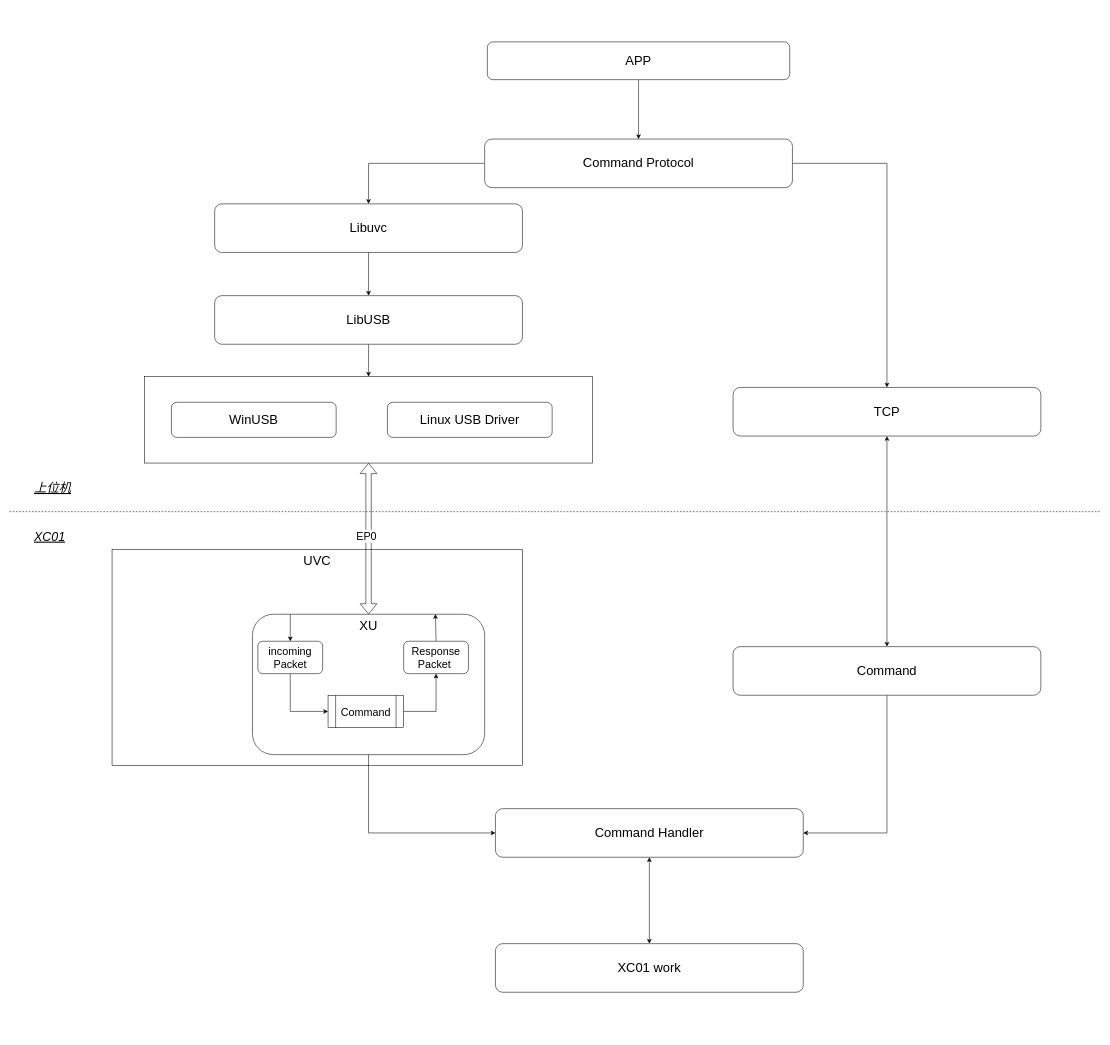
Earlier version of the draw.io diagram page "UVC" (2 of 3) of xc01 usb.drawio (joliet0l/Diagram). Source tidied: cells renumbered, new cells numbered last; positions are measured from the earlier drawing's top-left corner, leaving out a move shared by most shapes. Both pictures are drawn from the tidied source at 54%, with x=0, y=0 at pixel (9, 42).
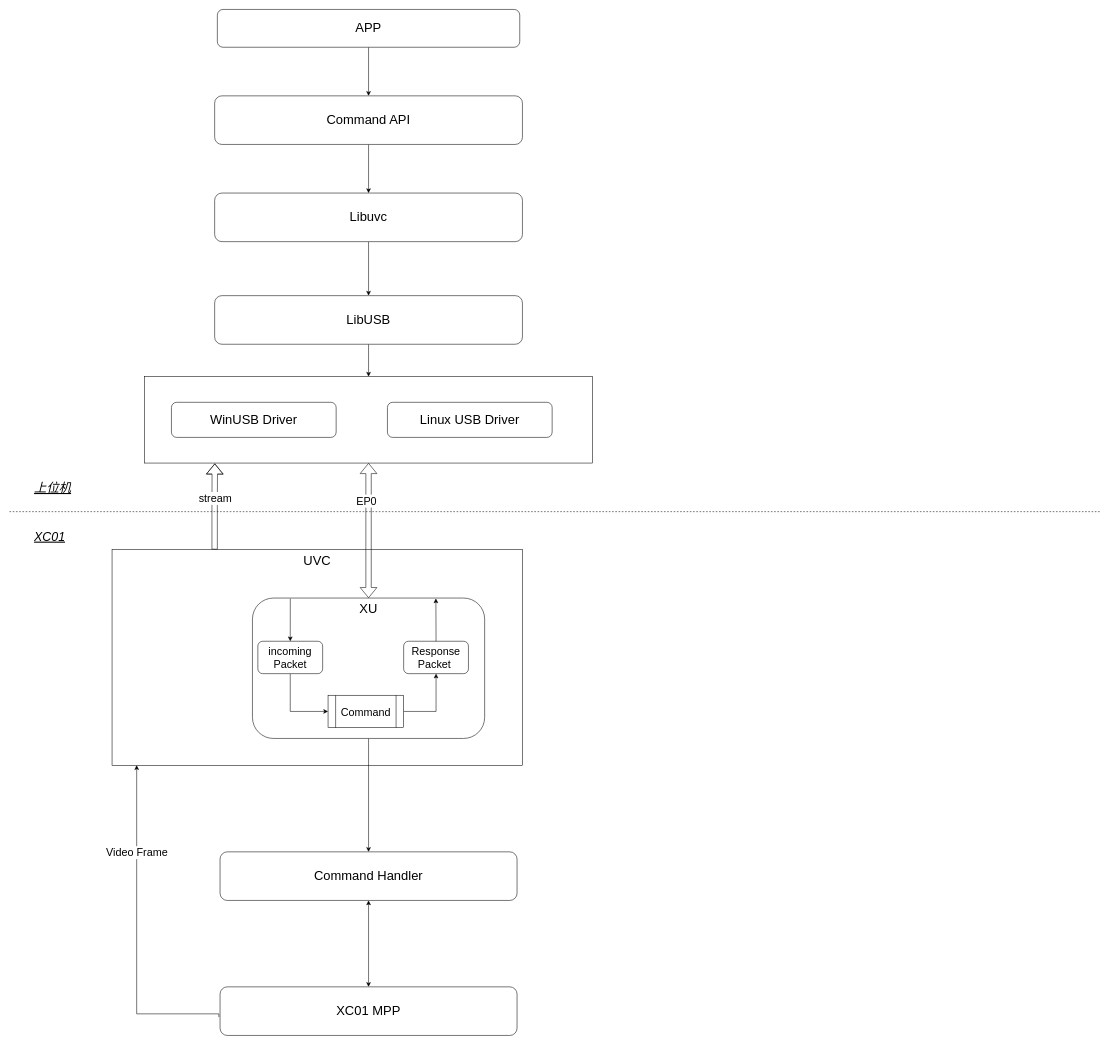
Above is the later version.

The change refers to these unchanged cells:
```xml
<mxCell id="2" value="UVC" style="rounded=0;whiteSpace=wrap;html=1;verticalAlign=top;fontSize=24;" parent="1" vertex="1">
  <mxGeometry x="190" y="940" width="760" height="400" as="geometry" />
</mxCell>
<mxCell id="3" style="edgeStyle=orthogonalEdgeStyle;rounded=0;jettySize=auto;html=1;entryX=0.5;entryY=0;entryDx=0;entryDy=0;shape=flexArrow;startArrow=classic;startFill=1;" parent="1" edge="1" source="5" target="7">
  <mxGeometry relative="1" as="geometry" />
</mxCell>
<mxCell id="5" style="rounded=0;whiteSpace=wrap;html=1;" parent="1" vertex="1">
  <mxGeometry x="250" y="620" width="830" height="160" as="geometry" />
</mxCell>
<mxCell id="14" value="&lt;div&gt;incoming&lt;/div&gt;&lt;div&gt;Packet&lt;/div&gt;" style="rounded=1;whiteSpace=wrap;html=1;fontSize=20;" parent="1" vertex="1">
  <mxGeometry x="460" y="1110" width="120" height="60" as="geometry" />
</mxCell>
<mxCell id="15" value="&lt;div&gt;Response&lt;/div&gt;&lt;div&gt;Packet&amp;nbsp;&lt;/div&gt;" style="rounded=1;whiteSpace=wrap;html=1;fontSize=20;" parent="1" vertex="1">
  <mxGeometry x="730" y="1110" width="120" height="60" as="geometry" />
</mxCell>
```

Diff of the diagram source:
```diff
@@
     <mxCell id="4" value="&lt;font style=&quot;font-size: 20px;&quot;&gt;EP0&lt;/font&gt;" style="edgeLabel;html=1;align=center;verticalAlign=middle;" parent="3" vertex="1">
-      <mxGeometry x="-0.04" y="-5" relative="1" as="geometry" />
+      <mxGeometry x="-0.04" y="-5" relative="1" as="geometry">
+        <mxPoint y="-51" as="offset" />
+      </mxGeometry>
     </mxCell>
@@
-    <mxCell id="6" style="edgeStyle=orthogonalEdgeStyle;rounded=0;jettySize=auto;html=1;entryX=0;entryY=0.5;entryDx=0;entryDy=0;exitX=0.5;exitY=1;exitDx=0;exitDy=0;" parent="1" edge="1" source="7" target="30">
+    <mxCell id="6" style="edgeStyle=orthogonalEdgeStyle;rounded=0;jettySize=auto;html=1;entryX=0.5;entryY=0;entryDx=0;entryDy=0;exitX=0.5;exitY=1;exitDx=0;exitDy=0;" parent="1" edge="1" source="7" target="30">
       <mxGeometry relative="1" as="geometry" />
     </mxCell>
     <mxCell id="7" value="XU" style="rounded=1;whiteSpace=wrap;html=1;fontSize=24;labelPosition=center;verticalLabelPosition=middle;align=center;verticalAlign=top;" parent="1" vertex="1">
-      <mxGeometry x="450" y="1060" width="430" height="260" as="geometry" />
+      <mxGeometry x="450" y="1030" width="430" height="260" as="geometry" />
     </mxCell>
@@
-    <mxCell id="10" value="WinUSB" style="rounded=1;whiteSpace=wrap;html=1;fontSize=24;" parent="1" vertex="1">
+    <mxCell id="10" value="WinUSB Driver" style="rounded=1;whiteSpace=wrap;html=1;fontSize=24;" parent="1" vertex="1">
       <mxGeometry x="300" y="667.5" width="305" height="65" as="geometry" />
     </mxCell>
@@
-    <mxCell id="16" style="endArrow=none;html=1;rounded=0;exitX=0.5;exitY=0;exitDx=0;exitDy=0;startArrow=classic;startFill=1;" parent="1" edge="1" source="14">
-      <mxGeometry relative="1" as="geometry">
-        <mxPoint x="520" y="1060" as="targetPoint" />
-      </mxGeometry>
+    <mxCell id="16" style="endArrow=none;html=1;rounded=0;exitX=0.5;exitY=0;exitDx=0;exitDy=0;startArrow=classic;startFill=1;entryX=0.163;entryY=0.004;entryDx=0;entryDy=0;entryPerimeter=0;" parent="1" edge="1" source="14" target="7">
+      <mxGeometry relative="1" as="geometry" />
     </mxCell>
-    <mxCell id="17" style="endArrow=classic;html=1;rounded=0;entryX=0.788;entryY=-0.001;entryDx=0;entryDy=0;exitX=0.5;exitY=0;exitDx=0;exitDy=0;entryPerimeter=0;" parent="1" edge="1" source="15" target="7">
+    <mxCell id="17" style="endArrow=classic;html=1;rounded=0;entryX=0.79;entryY=0.003;entryDx=0;entryDy=0;exitX=0.5;exitY=0;exitDx=0;exitDy=0;entryPerimeter=0;" parent="1" edge="1" source="15" target="7">
       <mxGeometry relative="1" as="geometry" />
     </mxCell>
@@
     <mxCell id="19" value="APP" style="rounded=1;whiteSpace=wrap;html=1;fontSize=24;" parent="1" vertex="1">
-      <mxGeometry x="885" width="560" height="70" as="geometry" />
+      <mxGeometry x="385" y="-60" width="560" height="70" as="geometry" />
     </mxCell>
@@
-    <mxCell id="22" style="edgeStyle=orthogonalEdgeStyle;rounded=0;jettySize=auto;html=1;exitX=0;exitY=0.5;exitDx=0;exitDy=0;entryX=0.5;entryY=0;entryDx=0;entryDy=0;" parent="1" edge="1" source="24" target="33">
+    <mxCell id="22" style="edgeStyle=orthogonalEdgeStyle;rounded=0;jettySize=auto;html=1;" parent="1" edge="1" source="24" target="33">
       <mxGeometry relative="1" as="geometry" />
     </mxCell>
-    <mxCell id="23" style="edgeStyle=orthogonalEdgeStyle;rounded=0;jettySize=auto;html=1;entryX=0.5;entryY=0;entryDx=0;entryDy=0;exitX=1;exitY=0.5;exitDx=0;exitDy=0;" parent="1" edge="1" source="24" target="26">
-      <mxGeometry relative="1" as="geometry" />
-    </mxCell>
-    <mxCell id="24" value="Command Protocol" style="rounded=1;whiteSpace=wrap;html=1;fontSize=24;" parent="1" vertex="1">
-      <mxGeometry x="880" y="180" width="570" height="90" as="geometry" />
+    <mxCell id="24" value="Command API" style="rounded=1;whiteSpace=wrap;html=1;fontSize=24;" parent="1" vertex="1">
+      <mxGeometry x="380" y="100" width="570" height="90" as="geometry" />
     </mxCell>
-    <mxCell id="25" style="edgeStyle=orthogonalEdgeStyle;rounded=0;jettySize=auto;html=1;startArrow=classic;startFill=1;" parent="1" edge="1" source="26" target="28">
-      <mxGeometry relative="1" as="geometry" />
-    </mxCell>
-    <mxCell id="26" value="TCP" style="rounded=1;whiteSpace=wrap;html=1;fontSize=24;" parent="1" vertex="1">
-      <mxGeometry x="1340" y="640" width="570" height="90" as="geometry" />
-    </mxCell>
-    <mxCell id="27" style="edgeStyle=orthogonalEdgeStyle;rounded=0;jettySize=auto;html=1;entryX=1;entryY=0.5;entryDx=0;entryDy=0;" parent="1" edge="1" source="28" target="30">
-      <mxGeometry relative="1" as="geometry" />
-    </mxCell>
-    <mxCell id="28" value="Command" style="rounded=1;whiteSpace=wrap;html=1;fontSize=24;" parent="1" vertex="1">
-      <mxGeometry x="1340" y="1120" width="570" height="90" as="geometry" />
-    </mxCell>
@@
     <mxCell id="30" value="Command Handler" style="rounded=1;whiteSpace=wrap;html=1;fontSize=24;" parent="1" vertex="1">
-      <mxGeometry x="900" y="1420" width="570" height="90" as="geometry" />
+      <mxGeometry x="390" y="1500" width="550" height="90" as="geometry" />
     </mxCell>
-    <mxCell id="31" value="XC01 work" style="rounded=1;whiteSpace=wrap;html=1;fontSize=24;" parent="1" vertex="1">
-      <mxGeometry x="900" y="1670" width="570" height="90" as="geometry" />
+    <mxCell id="31" value="XC01 MPP" style="rounded=1;whiteSpace=wrap;html=1;fontSize=24;" parent="1" vertex="1">
+      <mxGeometry x="390" y="1750" width="550" height="90" as="geometry" />
     </mxCell>
@@
     <mxCell id="33" value="Libuvc" style="rounded=1;whiteSpace=wrap;html=1;fontSize=24;" parent="1" vertex="1">
-      <mxGeometry x="380" y="300" width="570" height="90" as="geometry" />
+      <mxGeometry x="380" y="280" width="570" height="90" as="geometry" />
     </mxCell>
@@
+    <mxCell id="36" style="edgeStyle=orthogonalEdgeStyle;rounded=0;jettySize=auto;html=1;entryX=0.06;entryY=0.999;entryDx=0;entryDy=0;entryPerimeter=0;exitX=-0.004;exitY=0.622;exitDx=0;exitDy=0;exitPerimeter=0;" parent="1" edge="1" source="31" target="2">
+      <mxGeometry relative="1" as="geometry">
+        <Array as="points">
+          <mxPoint x="388" y="1800" />
+          <mxPoint x="236" y="1800" />
+        </Array>
+      </mxGeometry>
+    </mxCell>
+    <mxCell id="37" value="Video Frame" style="edgeLabel;html=1;align=center;verticalAlign=middle;fontSize=20;" parent="36" vertex="1">
+      <mxGeometry x="0.48" relative="1" as="geometry" />
+    </mxCell>
+    <mxCell id="38" style="edgeStyle=orthogonalEdgeStyle;rounded=0;jettySize=auto;html=1;exitX=0.25;exitY=0;exitDx=0;exitDy=0;entryX=0.157;entryY=1.006;entryDx=0;entryDy=0;entryPerimeter=0;shape=flexArrow;" parent="1" edge="1" source="2" target="5">
+      <mxGeometry relative="1" as="geometry" />
+    </mxCell>
+    <mxCell id="39" value="&lt;font style=&quot;font-size: 20px;&quot;&gt;stream&lt;/font&gt;" style="edgeLabel;html=1;align=center;verticalAlign=middle;" parent="38" vertex="1">
+      <mxGeometry x="0.2" relative="1" as="geometry" />
+    </mxCell>
```
